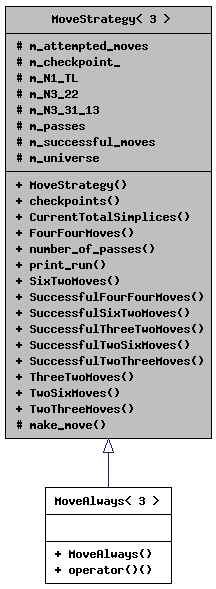
This is class_move_strategy_3_013_01_4__inherit__graph.png from acgetchell/CDT-plusplus, a Graphviz export, as it was before one commit. Its source is kept beside it as class_move_strategy_3_013_01_4__inherit__graph.dot.
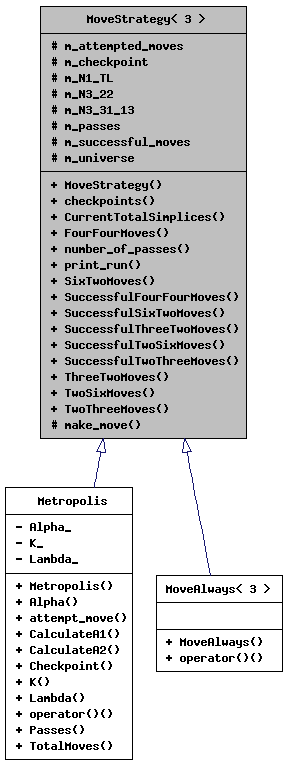
Above is the later version.

The edit, as a diff of the source:
```diff
@@ -2,7 +2,9 @@
 {
   edge [fontname="Helvetica",fontsize="10",labelfontname="Helvetica",labelfontsize="10"];
   node [fontname="Helvetica",fontsize="10",shape=record];
-  Node1 [label="{MoveStrategy\< 3 \>\n|# m_attempted_moves\l# m_checkpoint_\l# m_N1_TL\l# m_N3_22\l# m_N3_31_13\l# m_passes\l# m_successful_moves\l# m_universe\l|+ MoveStrategy()\l+ checkpoints()\l+ CurrentTotalSimplices()\l+ FourFourMoves()\l+ number_of_passes()\l+ print_run()\l+ SixTwoMoves()\l+ SuccessfulFourFourMoves()\l+ SuccessfulSixTwoMoves()\l+ SuccessfulThreeTwoMoves()\l+ SuccessfulTwoSixMoves()\l+ SuccessfulTwoThreeMoves()\l+ ThreeTwoMoves()\l+ TwoSixMoves()\l+ TwoThreeMoves()\l# make_move()\l}",height=0.2,width=0.4,color="black", fillcolor="grey75", style="filled", fontcolor="black",tooltip=" "];
+  Node1 [label="{MoveStrategy\< 3 \>\n|# m_attempted_moves\l# m_checkpoint\l# m_N1_TL\l# m_N3_22\l# m_N3_31_13\l# m_passes\l# m_successful_moves\l# m_universe\l|+ MoveStrategy()\l+ checkpoints()\l+ CurrentTotalSimplices()\l+ FourFourMoves()\l+ number_of_passes()\l+ print_run()\l+ SixTwoMoves()\l+ SuccessfulFourFourMoves()\l+ SuccessfulSixTwoMoves()\l+ SuccessfulThreeTwoMoves()\l+ SuccessfulTwoSixMoves()\l+ SuccessfulTwoThreeMoves()\l+ ThreeTwoMoves()\l+ TwoSixMoves()\l+ TwoThreeMoves()\l# make_move()\l}",height=0.2,width=0.4,color="black", fillcolor="grey75", style="filled", fontcolor="black",tooltip=" "];
   Node1 -> Node2 [dir="back",color="midnightblue",fontsize="10",style="solid",arrowtail="onormal",fontname="Helvetica"];
-  Node2 [label="{MoveAlways\< 3 \>\n||+ MoveAlways()\l+ operator()()\l}",height=0.2,width=0.4,color="black", fillcolor="white", style="filled",URL="$class_move_always_3_013_01_4.html",tooltip=" "];
+  Node2 [label="{Metropolis\n|- Alpha_\l- K_\l- Lambda_\l|+ Metropolis()\l+ Alpha()\l+ attempt_move()\l+ CalculateA1()\l+ CalculateA2()\l+ Checkpoint()\l+ K()\l+ Lambda()\l+ operator()()\l+ Passes()\l+ TotalMoves()\l}",height=0.2,width=0.4,color="black", fillcolor="white", style="filled",URL="$class_metropolis.html",tooltip="Metropolis-Hastings algorithm function object."];
+  Node1 -> Node3 [dir="back",color="midnightblue",fontsize="10",style="solid",arrowtail="onormal",fontname="Helvetica"];
+  Node3 [label="{MoveAlways\< 3 \>\n||+ MoveAlways()\l+ operator()()\l}",height=0.2,width=0.4,color="black", fillcolor="white", style="filled",URL="$class_move_always_3_013_01_4.html",tooltip=" "];
 }
```
